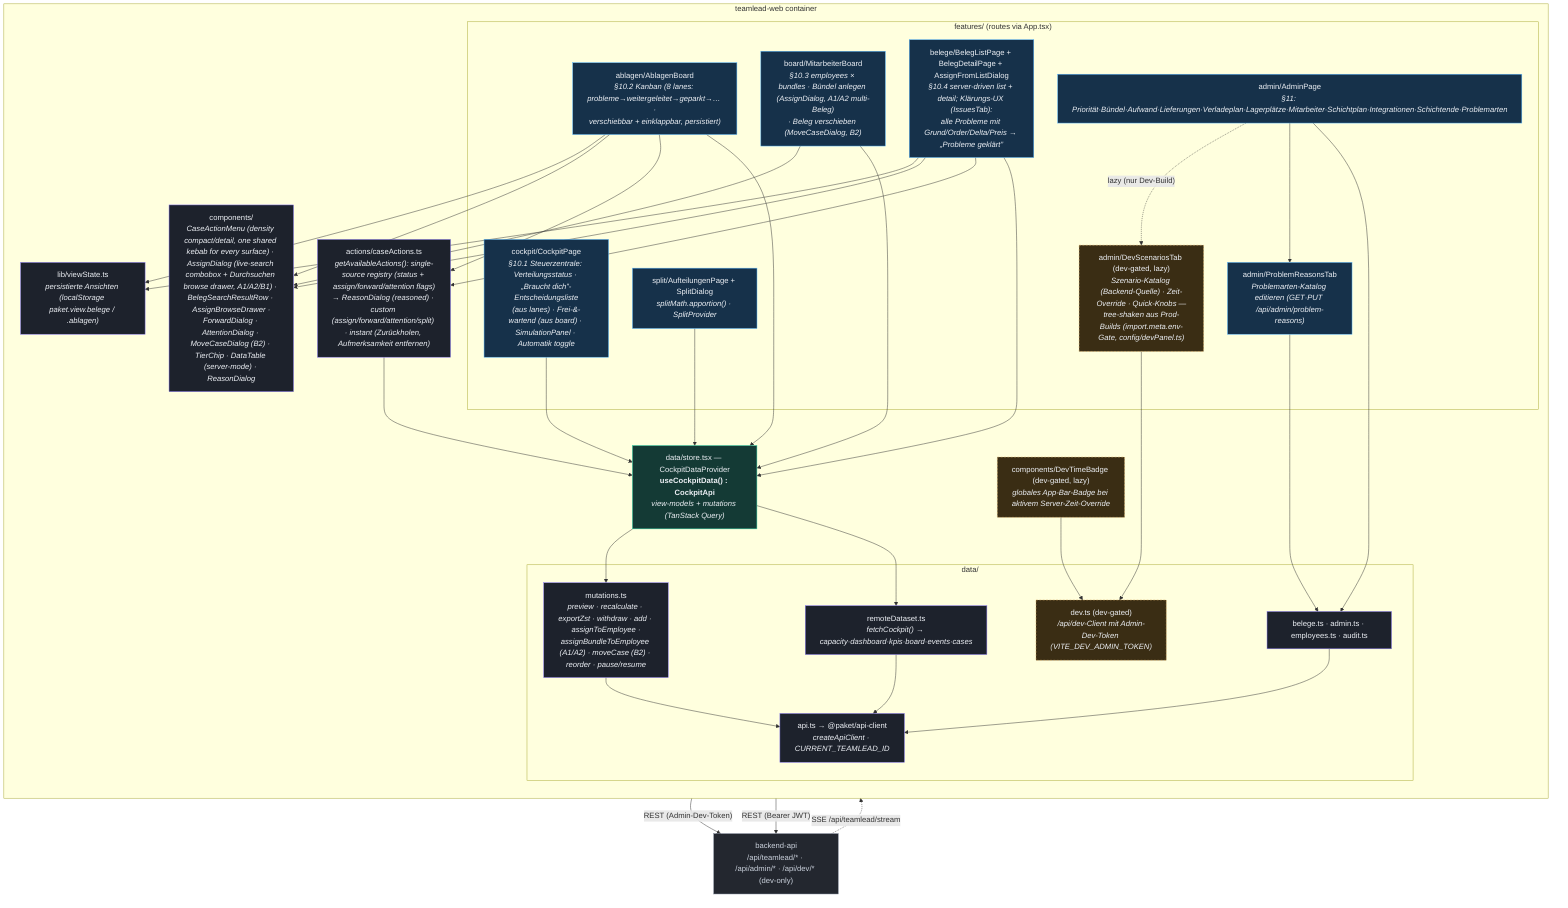
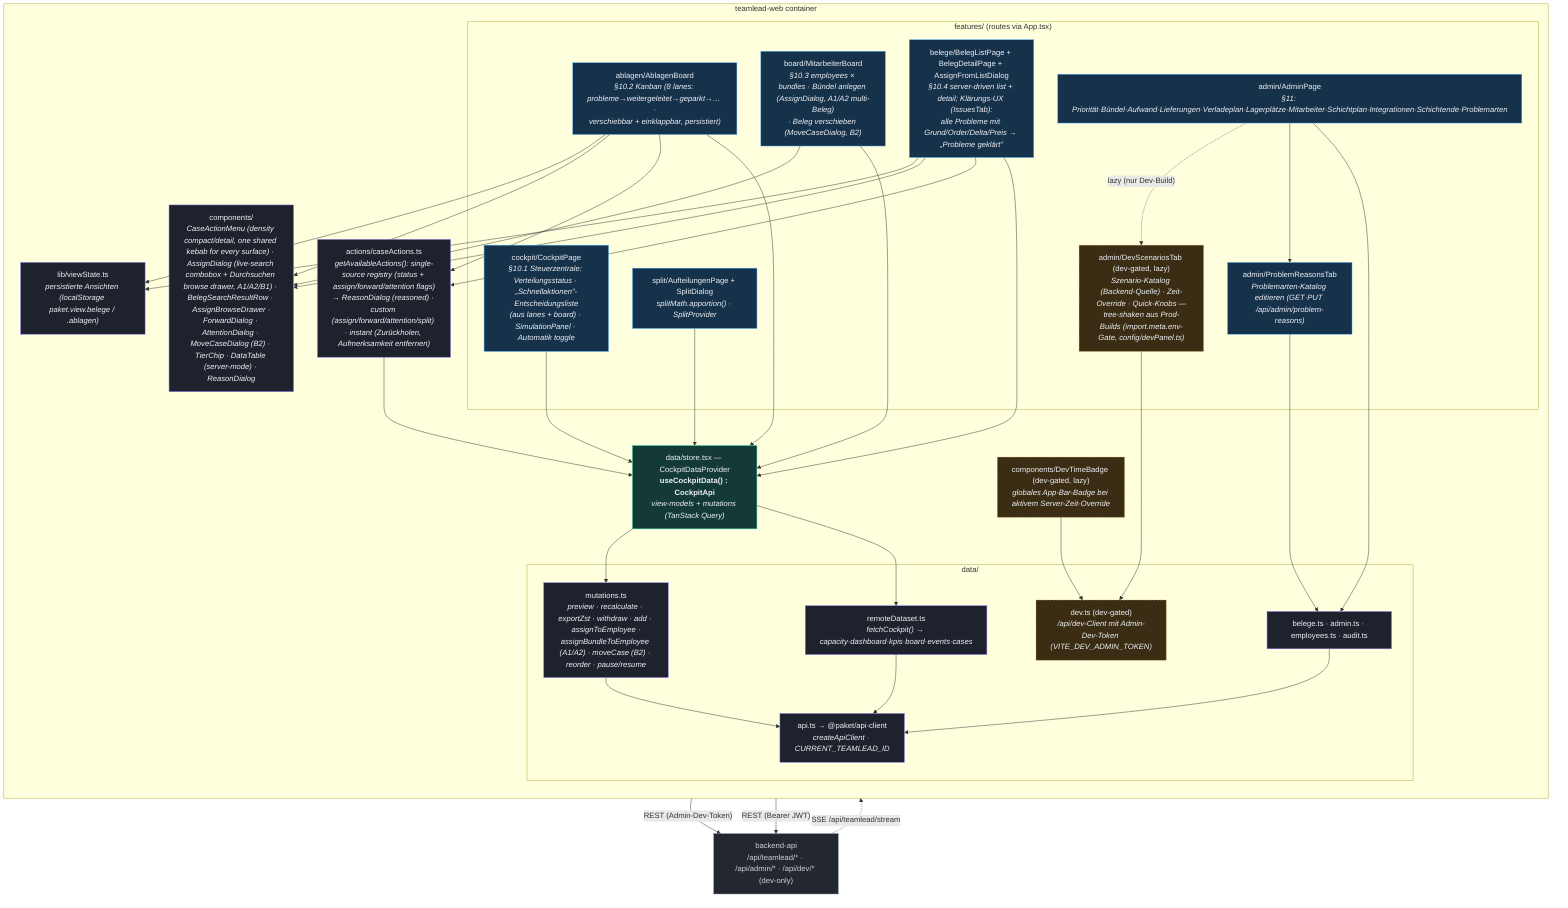
%% C4 Level 3 — Components: teamlead-web (React + Vite + MUI, TanStack Query)
%% Verified against apps/teamlead-web/src/* (features/, data/, actions/, components/).
flowchart TB
    classDef feat fill:#16314a,stroke:#56b6ff,color:#eef1f6;
    classDef store fill:#143a35,stroke:#2dd4a7,color:#eef1f6;
    classDef logic fill:#1d222c,stroke:#8b7cf6,color:#eef1f6;
    classDef ext fill:#23272f,stroke:#7c8696,color:#cbd2dd;
    classDef dev fill:#3a2d14,stroke:#e5b567,color:#eef1f6,stroke-dasharray:4 3;

    api["backend-api<br/>/api/teamlead/* · /api/admin/* · /api/dev/* (dev-only)"]:::ext

    subgraph web["teamlead-web container"]
        direction TB
        subgraph features["features/ (routes via App.tsx)"]
-             cockpit["cockpit/CockpitPage<br/><i>§10.1 Steuerzentrale: Verteilungsstatus · „Braucht dich”-Entscheidungsliste<br/>(aus lanes) · Frei-&amp;-wartend (aus board) · SimulationPanel · Automatik toggle</i>"]:::feat
+             cockpit["cockpit/CockpitPage<br/><i>§10.1 Steuerzentrale: Verteilungsstatus · „Schnellaktionen”-Entscheidungsliste<br/>(aus lanes + board) · SimulationPanel · Automatik toggle</i>"]:::feat
            ablagen["ablagen/AblagenBoard<br/><i>§10.2 Kanban (8 lanes: probleme→weitergeleitet→geparkt→… ·<br/>verschiebbar + einklappbar, persistiert)</i>"]:::feat
            board["board/MitarbeiterBoard<br/><i>§10.3 employees × bundles · Bündel anlegen (AssignDialog, A1/A2 multi-Beleg)<br/>· Beleg verschieben (MoveCaseDialog, B2)</i>"]:::feat
            belege["belege/BelegListPage + BelegDetailPage + AssignFromListDialog<br/><i>§10.4 server-driven list + detail; Klärungs-UX (IssuesTab):<br/>alle Probleme mit Grund/Order/Delta/Preis → „Probleme geklärt”</i>"]:::feat
            split["split/AufteilungenPage + SplitDialog<br/><i>splitMath.apportion() · SplitProvider</i>"]:::feat
            admin["admin/AdminPage<br/><i>§11: Priorität·Bündel·Aufwand·Lieferungen·Verladeplan·Lagerplätze·Mitarbeiter·Schichtplan·Integrationen·Schichtende·Problemarten</i>"]:::feat
            problemTab["admin/ProblemReasonsTab<br/><i>Problemarten-Katalog editieren (GET·PUT /api/admin/problem-reasons)</i>"]:::feat
            devtab["admin/DevScenariosTab (dev-gated, lazy)<br/><i>Szenario-Katalog (Backend-Quelle) · Zeit-Override · Quick-Knobs —<br/>tree-shaken aus Prod-Builds (import.meta.env-Gate, config/devPanel.ts)</i>"]:::dev
        end
        devbadge["components/DevTimeBadge (dev-gated, lazy)<br/><i>globales App-Bar-Badge bei aktivem Server-Zeit-Override</i>"]:::dev
        store["data/store.tsx — CockpitDataProvider<br/><b>useCockpitData() : CockpitApi</b><br/><i>view-models + mutations (TanStack Query)</i>"]:::store
        subgraph datal["data/"]
            remote["remoteDataset.ts<br/><i>fetchCockpit() → capacity·dashboard·kpis·board·events·cases</i>"]:::logic
            belegeData["belege.ts · admin.ts · employees.ts · audit.ts"]:::logic
            devData["dev.ts (dev-gated)<br/><i>/api/dev-Client mit Admin-Dev-Token (VITE_DEV_ADMIN_TOKEN)</i>"]:::dev
            mutations["mutations.ts<br/><i>preview · recalculate · exportZst · withdraw · add · assignToEmployee ·<br/>assignBundleToEmployee (A1/A2) · moveCase (B2) · reorder · pause/resume</i>"]:::logic
            apiClient["api.ts → @paket/api-client<br/><i>createApiClient · CURRENT_TEAMLEAD_ID</i>"]:::logic
        end
        actions["actions/caseActions.ts<br/><i>getAvailableActions(): single-source registry (status + assign/forward/attention flags)<br/>→ ReasonDialog (reasoned) · custom (assign/forward/attention/split) · instant (Zurückholen, Aufmerksamkeit entfernen)</i>"]:::logic
        shared["components/<br/><i>CaseActionMenu (density compact/detail, one shared kebab for every surface) · AssignDialog (live-search combobox + Durchsuchen browse drawer, A1/A2/B1) · BelegSearchResultRow · AssignBrowseDrawer ·<br/>ForwardDialog · AttentionDialog · MoveCaseDialog (B2) · TierChip · DataTable (server-mode) · ReasonDialog</i>"]:::logic
        viewState["lib/viewState.ts<br/><i>persistierte Ansichten (localStorage paket.view.belege / .ablagen)</i>"]:::logic
    end

    cockpit --> store
    ablagen --> store
    board --> store
    belege --> store
    split --> store
    admin --> belegeData
    admin --> problemTab
    problemTab --> belegeData
    admin -. "lazy (nur Dev-Build)" .-> devtab
    devtab --> devData
    devbadge --> devData
    devData -->|"REST (Admin-Dev-Token)"| api
    ablagen --> actions
    belege --> actions
    actions --> store
    board --> shared
    ablagen --> shared
    belege --> shared
    ablagen --> viewState
    belege --> viewState
    store --> remote
    store --> mutations
    remote --> apiClient
    mutations --> apiClient
    belegeData --> apiClient
    apiClient -->|"REST (Bearer JWT)"| api
    api -. "SSE /api/teamlead/stream" .-> store
